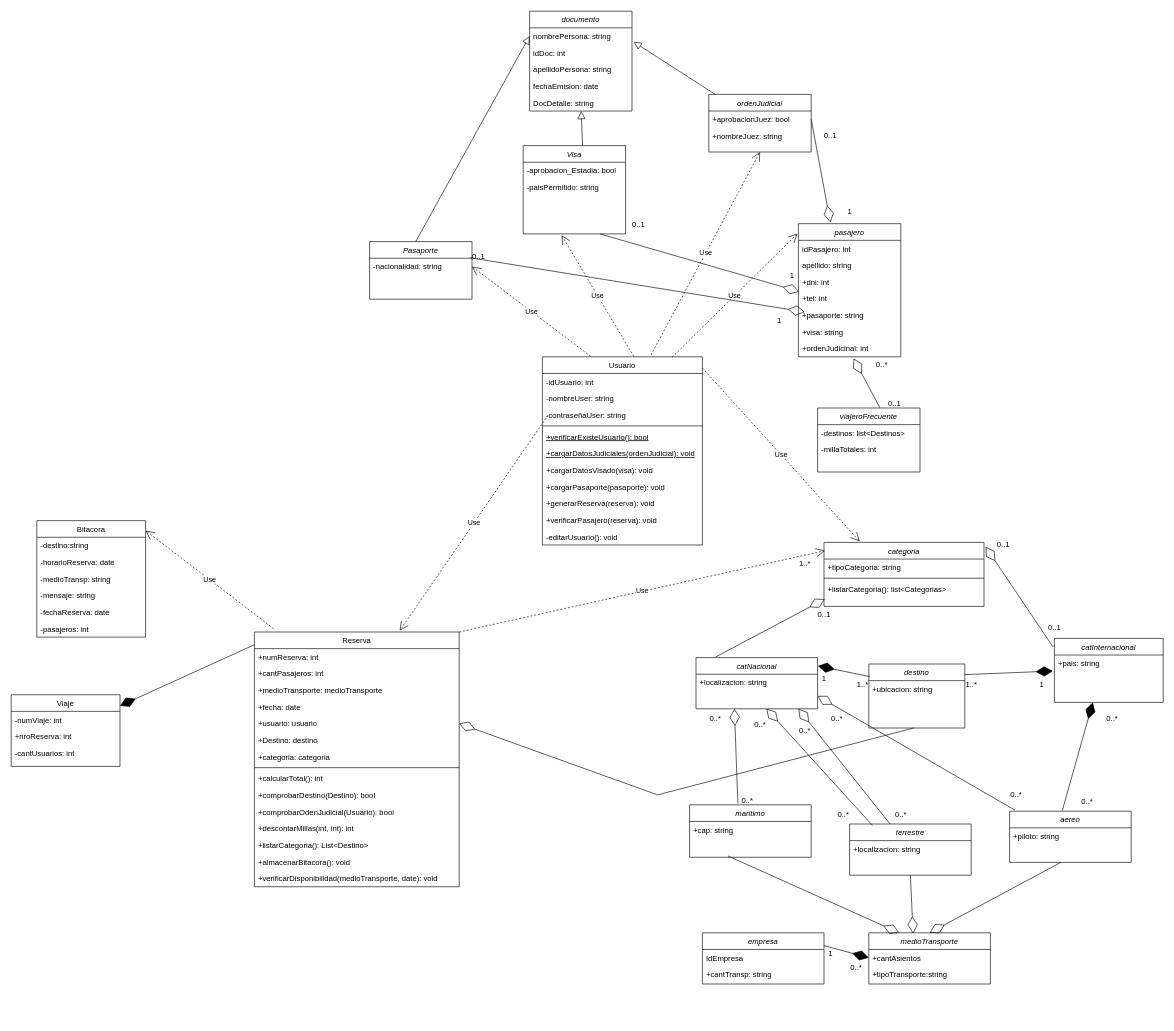
Earlier version of the draw.io diagram diagrama clases examen AyDSII.drawio (phoenix1179/BD). Source tidied: cells renumbered, new cells numbered last; positions are measured from the earlier drawing's top-left corner, leaving out a move shared by most shapes. Both pictures are drawn from the tidied source at 64%, with x=0, y=0 at pixel (11, 11).
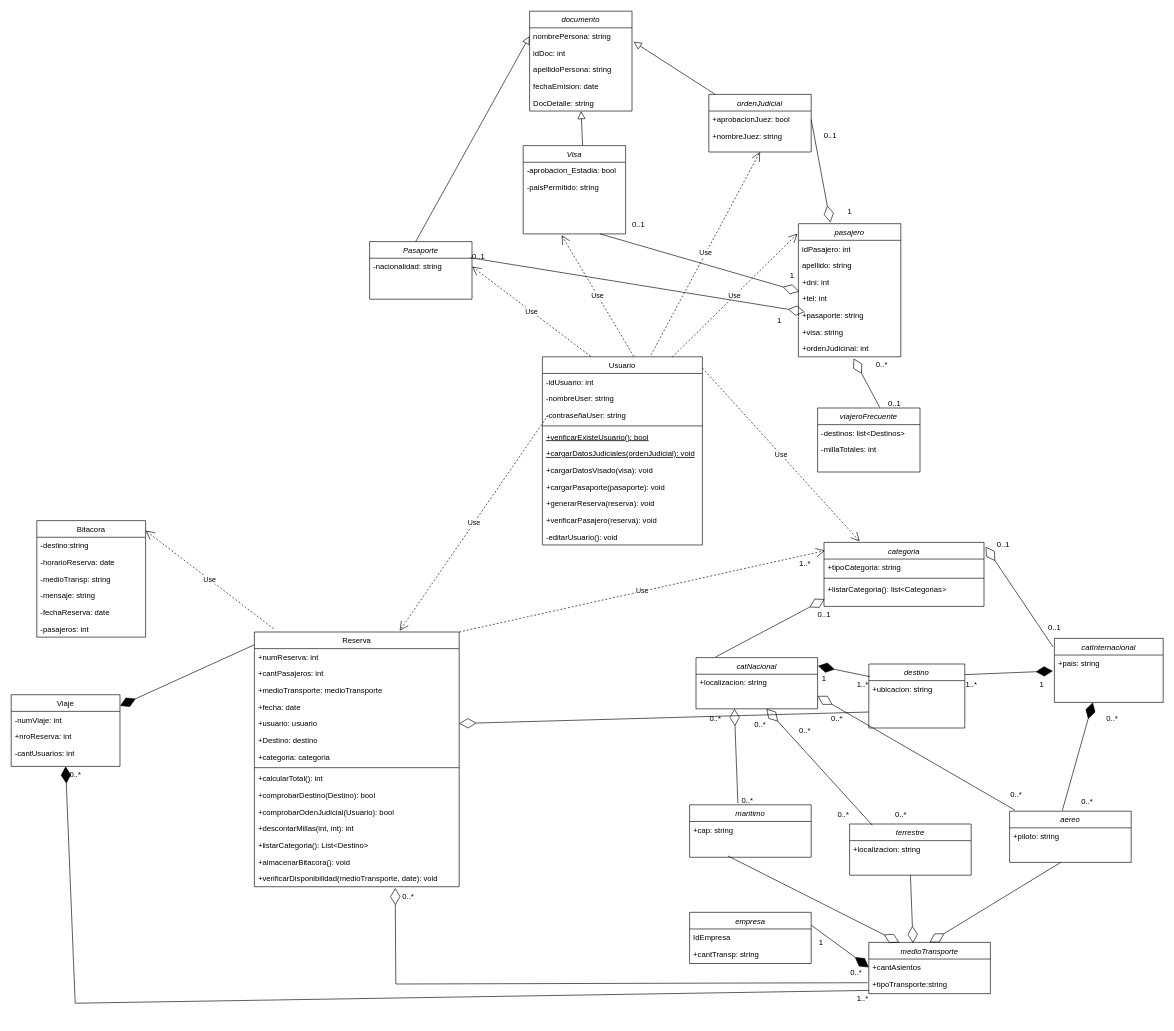
After the change.

The change refers to these unchanged cells:
```xml
<mxCell id="21" value="+usuario: usuario" style="text;align=left;verticalAlign=top;spacingLeft=4;spacingRight=4;overflow=hidden;points=[[0,0.5],[1,0.5]];portConstraint=eastwest;rounded=0;shadow=0;html=0;" parent="16" vertex="1">
  <mxGeometry y="130" width="320" height="26" as="geometry" />
</mxCell>
<mxCell id="89" value="destino" style="swimlane;fontStyle=2;align=center;verticalAlign=top;horizontal=1;startSize=26;rounded=0;shadow=0;strokeWidth=1;" parent="1" vertex="1">
  <mxGeometry x="1340" y="1020" width="150" height="100" as="geometry" />
</mxCell>
<mxCell id="95" value="terrestre" style="swimlane;fontStyle=2;align=center;verticalAlign=top;horizontal=1;startSize=26;rounded=0;shadow=0;strokeWidth=1;" parent="1" vertex="1">
  <mxGeometry x="1310" y="1270" width="190" height="80" as="geometry" />
</mxCell>
```

What changed in the source:
```diff
@@
     <mxCell id="99" value="medioTransporte" style="swimlane;fontStyle=2;align=center;verticalAlign=top;horizontal=1;startSize=26;rounded=0;shadow=0;strokeWidth=1;" parent="1" vertex="1">
-      <mxGeometry x="1340" y="1440" width="190" height="80" as="geometry" />
+      <mxGeometry x="1340" y="1455" width="190" height="80" as="geometry" />
     </mxCell>
@@
     <mxCell id="102" value="empresa" style="swimlane;fontStyle=2;align=center;verticalAlign=top;horizontal=1;startSize=26;rounded=0;shadow=0;strokeWidth=1;" parent="1" vertex="1">
-      <mxGeometry x="1080" y="1440" width="190" height="80" as="geometry" />
+      <mxGeometry x="1060" y="1408" width="190" height="80" as="geometry" />
     </mxCell>
@@
-    <mxCell id="114" style="endArrow=diamondThin;endFill=0;endSize=24;html=1;rounded=0;" parent="1" edge="1" source="95">
-      <mxGeometry relative="1" as="geometry">
-        <mxPoint x="1230" y="1090" as="targetPoint" />
-      </mxGeometry>
-    </mxCell>
-    <mxCell id="115" style="endArrow=diamondThin;endFill=0;endSize=24;html=1;rounded=0;entryX=1;entryY=0.5;entryDx=0;entryDy=0;" parent="1" edge="1" target="21">
-      <mxGeometry relative="1" as="geometry">
-        <mxPoint x="1410" y="1120" as="sourcePoint" />
-        <Array as="points">
-          <mxPoint x="1010" y="1224.5" />
-        </Array>
-      </mxGeometry>
+    <mxCell id="115" style="endArrow=diamondThin;endFill=0;endSize=24;html=1;rounded=0;entryX=1;entryY=0.5;entryDx=0;entryDy=0;exitX=0;exitY=0.75;exitDx=0;exitDy=0;" parent="1" edge="1" source="89" target="21">
+      <mxGeometry relative="1" as="geometry" />
     </mxCell>
@@
     <mxCell id="120" value="1" style="text;html=1;align=center;verticalAlign=middle;strokeColor=none;fillColor=none;" parent="1" vertex="1">
-      <mxGeometry x="1265" y="1458" width="30" height="30" as="geometry" />
+      <mxGeometry x="1250" y="1440" width="30" height="30" as="geometry" />
     </mxCell>
     <mxCell id="121" value="0..*" style="text;html=1;align=center;verticalAlign=middle;points=[];strokeColor=none;fillColor=none;" parent="1" vertex="1">
-      <mxGeometry x="1300" y="1480" width="40" height="30" as="geometry" />
+      <mxGeometry x="1300" y="1488" width="40" height="30" as="geometry" />
     </mxCell>
@@
+    <mxCell id="146" style="endArrow=diamondThin;endFill=0;endSize=24;html=1;rounded=0;exitX=0.95;exitY=1;exitDx=0;exitDy=0;exitPerimeter=0;" parent="1" edge="1" source="121">
+      <mxGeometry relative="1" as="geometry">
+        <mxPoint x="600" y="1370" as="targetPoint" />
+        <Array as="points">
+          <mxPoint x="601" y="1520" />
+        </Array>
+      </mxGeometry>
+    </mxCell>
+    <mxCell id="147" value="0..*" style="text;html=1;align=center;verticalAlign=middle;strokeColor=none;fillColor=none;" parent="1" vertex="1">
+      <mxGeometry x="600" y="1368" width="40" height="30" as="geometry" />
+    </mxCell>
+    <mxCell id="148" style="endArrow=diamondThin;endFill=1;endSize=24;html=1;rounded=0;" parent="1" edge="1">
+      <mxGeometry relative="1" as="geometry">
+        <mxPoint x="1340" y="1530" as="sourcePoint" />
+        <mxPoint x="85" y="1180" as="targetPoint" />
+        <Array as="points">
+          <mxPoint x="100" y="1550" />
+        </Array>
+      </mxGeometry>
+    </mxCell>
+    <mxCell id="149" value="1..*" style="text;html=1;align=center;verticalAlign=middle;strokeColor=none;fillColor=none;" parent="1" vertex="1">
+      <mxGeometry x="1310" y="1528" width="40" height="30" as="geometry" />
+    </mxCell>
+    <mxCell id="150" value="0..*" style="text;html=1;align=center;verticalAlign=middle;strokeColor=none;fillColor=none;" parent="1" vertex="1">
+      <mxGeometry x="80" y="1178" width="40" height="30" as="geometry" />
+    </mxCell>
```
